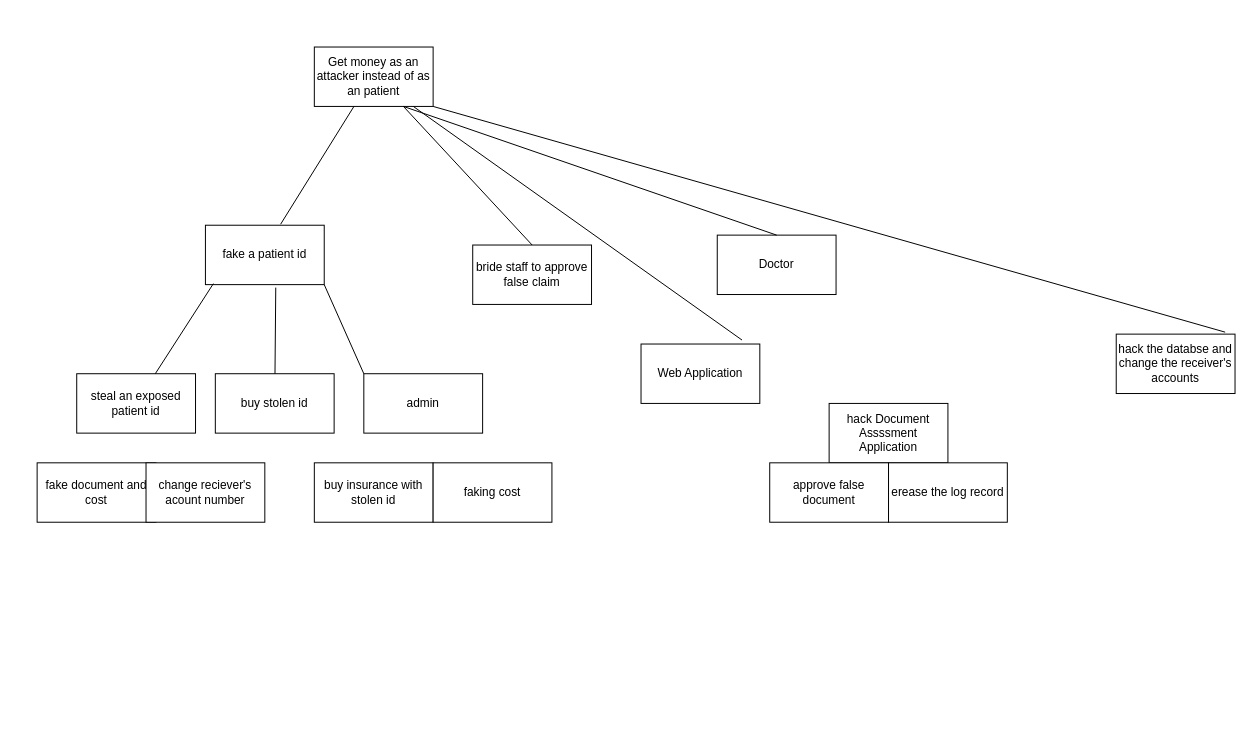
Above: insurance.drawio in kailingP/secure_sw (draw.io), before the change. Source tidied: cells renumbered, new cells numbered last; positions are measured from the earlier drawing's top-left corner, leaving out a move shared by most shapes. Both pictures are drawn from the tidied source at 99%, with x=0, y=0 at pixel (37, 47).
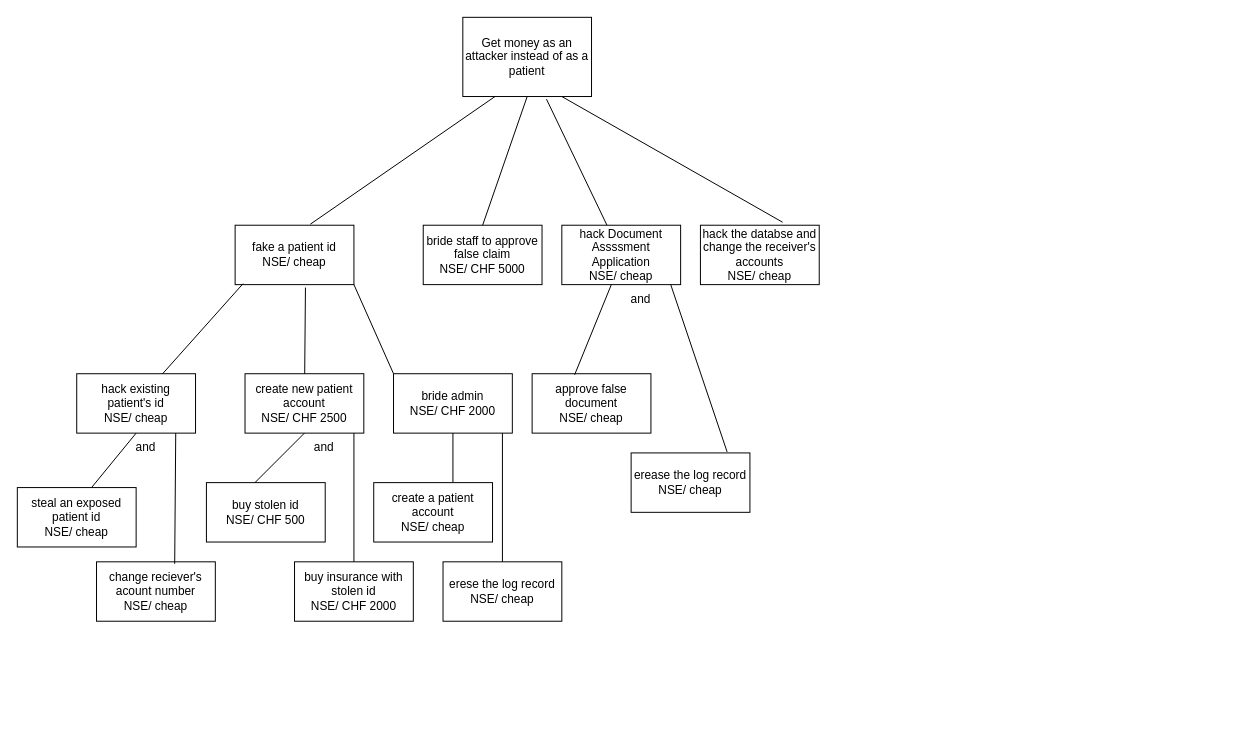
After the change.

Change to the diagram source:
```diff
@@
-    <mxCell id="2" value="Get money as an attacker instead of as an patient" style="rounded=0;whiteSpace=wrap;html=1;" parent="1" vertex="1">
-      <mxGeometry x="280" width="120" height="60" as="geometry" />
+    <mxCell id="2" value="&lt;div&gt;Get money as an attacker instead of as a patient&lt;/div&gt;" style="rounded=0;whiteSpace=wrap;html=1;" parent="1" vertex="1">
+      <mxGeometry x="430" y="-30" width="130" height="80" as="geometry" />
     </mxCell>
-    <mxCell id="3" value="steal an exposed patient id " style="rounded=0;whiteSpace=wrap;html=1;" parent="1" vertex="1">
+    <mxCell id="3" value="&lt;div&gt;hack existing &lt;br&gt;&lt;/div&gt;&lt;div&gt;patient's id &lt;br&gt;&lt;/div&gt;&lt;div&gt;NSE/ cheap&lt;br&gt;&lt;/div&gt;" style="rounded=0;whiteSpace=wrap;html=1;" parent="1" vertex="1">
       <mxGeometry x="40" y="330" width="120" height="60" as="geometry" />
     </mxCell>
-    <mxCell id="4" value="fake document and cost" style="rounded=0;whiteSpace=wrap;html=1;" parent="1" vertex="1">
-      <mxGeometry y="420" width="120" height="60" as="geometry" />
+    <mxCell id="4" value="&lt;div&gt;steal an exposed patient id &lt;br&gt;&lt;/div&gt;&lt;div&gt;NSE/ cheap&lt;br&gt;&lt;/div&gt;" style="rounded=0;whiteSpace=wrap;html=1;" parent="1" vertex="1">
+      <mxGeometry x="-20" y="445" width="120" height="60" as="geometry" />
     </mxCell>
-    <mxCell id="5" value="buy stolen id" style="rounded=0;whiteSpace=wrap;html=1;" parent="1" vertex="1">
-      <mxGeometry x="180" y="330" width="120" height="60" as="geometry" />
+    <mxCell id="5" value="&lt;div&gt;create new patient account&lt;/div&gt;NSE/ CHF 2500" style="rounded=0;whiteSpace=wrap;html=1;" parent="1" vertex="1">
+      <mxGeometry x="210" y="330" width="120" height="60" as="geometry" />
     </mxCell>
-    <mxCell id="6" value="change reciever's acount number" style="rounded=0;whiteSpace=wrap;html=1;" parent="1" vertex="1">
-      <mxGeometry x="110" y="420" width="120" height="60" as="geometry" />
+    <mxCell id="6" value="&lt;div&gt;change reciever's acount number&lt;/div&gt;&lt;div&gt;NSE/ cheap&lt;br&gt;&lt;/div&gt;" style="rounded=0;whiteSpace=wrap;html=1;" parent="1" vertex="1">
+      <mxGeometry x="60" y="520" width="120" height="60" as="geometry" />
     </mxCell>
-    <mxCell id="7" value="buy insurance with stolen id " style="rounded=0;whiteSpace=wrap;html=1;" parent="1" vertex="1">
-      <mxGeometry x="280" y="420" width="120" height="60" as="geometry" />
+    <mxCell id="7" value="&lt;div&gt;buy stolen id&lt;/div&gt;&lt;div&gt;NSE/ CHF 500&lt;/div&gt;" style="rounded=0;whiteSpace=wrap;html=1;" parent="1" vertex="1">
+      <mxGeometry x="171" y="440" width="120" height="60" as="geometry" />
     </mxCell>
-    <mxCell id="8" value="faking cost" style="rounded=0;whiteSpace=wrap;html=1;" parent="1" vertex="1">
-      <mxGeometry x="400" y="420" width="120" height="60" as="geometry" />
+    <mxCell id="8" value="&lt;div&gt;buy insurance with stolen id &lt;br&gt;&lt;/div&gt;&lt;div&gt;NSE/ CHF 2000&lt;br&gt;&lt;/div&gt;" style="rounded=0;whiteSpace=wrap;html=1;" parent="1" vertex="1">
+      <mxGeometry x="260" y="520" width="120" height="60" as="geometry" />
     </mxCell>
-    <mxCell id="9" value="bride staff to approve false claim" style="rounded=0;whiteSpace=wrap;html=1;" parent="1" vertex="1">
-      <mxGeometry x="440" y="200" width="120" height="60" as="geometry" />
+    <mxCell id="9" value="&lt;div&gt;bride staff to approve false claim&lt;/div&gt;&lt;div&gt;NSE/ CHF 5000&lt;br&gt;&lt;/div&gt;" style="rounded=0;whiteSpace=wrap;html=1;" parent="1" vertex="1">
+      <mxGeometry x="390" y="180" width="120" height="60" as="geometry" />
     </mxCell>
-    <mxCell id="10" value="Doctor" style="rounded=0;whiteSpace=wrap;html=1;" parent="1" vertex="1">
-      <mxGeometry x="687" y="190" width="120" height="60" as="geometry" />
-    </mxCell>
-    <mxCell id="11" style="endArrow=none;html=1;rounded=0;entryX=0.5;entryY=0;entryDx=0;entryDy=0;" parent="1" edge="1" target="9">
-      <mxGeometry relative="1" as="geometry">
-        <mxPoint x="370" y="60" as="sourcePoint" />
-      </mxGeometry>
+    <mxCell id="11" style="endArrow=none;html=1;rounded=0;entryX=0.5;entryY=0;entryDx=0;entryDy=0;exitX=0.5;exitY=1;exitDx=0;exitDy=0;" parent="1" edge="1" source="2" target="9">
+      <mxGeometry relative="1" as="geometry" />
     </mxCell>
-    <mxCell id="12" style="endArrow=none;html=1;rounded=0;entryX=0.5;entryY=0;entryDx=0;entryDy=0;" parent="1" edge="1" target="10">
-      <mxGeometry relative="1" as="geometry">
-        <mxPoint x="370" y="60" as="sourcePoint" />
-      </mxGeometry>
-    </mxCell>
-    <mxCell id="13" value="admin" style="rounded=0;whiteSpace=wrap;html=1;" parent="1" vertex="1">
-      <mxGeometry x="330" y="330" width="120" height="60" as="geometry" />
+    <mxCell id="13" value="&lt;div&gt;bride admin&lt;/div&gt;&lt;div&gt;NSE/ CHF 2000&lt;/div&gt;" style="rounded=0;whiteSpace=wrap;html=1;" parent="1" vertex="1">
+      <mxGeometry x="360" y="330" width="120" height="60" as="geometry" />
     </mxCell>
-    <mxCell id="14" value="fake a patient id" style="rounded=0;whiteSpace=wrap;html=1;" parent="1" vertex="1">
-      <mxGeometry x="170" y="180" width="120" height="60" as="geometry" />
+    <mxCell id="14" value="&lt;div&gt;fake a patient id&lt;/div&gt;&lt;div&gt;NSE/ cheap&lt;/div&gt;" style="rounded=0;whiteSpace=wrap;html=1;" parent="1" vertex="1">
+      <mxGeometry x="200" y="180" width="120" height="60" as="geometry" />
     </mxCell>
@@
-    <mxCell id="18" value="Web Application" style="rounded=0;whiteSpace=wrap;html=1;" parent="1" vertex="1">
-      <mxGeometry x="610" y="300" width="120" height="60" as="geometry" />
-    </mxCell>
-    <mxCell id="19" style="endArrow=none;html=1;rounded=0;entryX=0.85;entryY=-0.067;entryDx=0;entryDy=0;entryPerimeter=0;" parent="1" edge="1" target="18">
-      <mxGeometry relative="1" as="geometry">
-        <mxPoint x="380" y="60" as="sourcePoint" />
-      </mxGeometry>
-    </mxCell>
-    <mxCell id="20" value="hack Document Assssment Application" style="rounded=0;whiteSpace=wrap;html=1;" parent="1" vertex="1">
-      <mxGeometry x="800" y="360" width="120" height="60" as="geometry" />
+    <mxCell id="20" value="&lt;div&gt;hack Document Assssment Application&lt;/div&gt;&lt;div&gt;NSE/ cheap&lt;br&gt;&lt;/div&gt;" style="rounded=0;whiteSpace=wrap;html=1;" parent="1" vertex="1">
+      <mxGeometry x="530" y="180" width="120" height="60" as="geometry" />
     </mxCell>
-    <mxCell id="21" value="approve false document" style="rounded=0;whiteSpace=wrap;html=1;" parent="1" vertex="1">
-      <mxGeometry x="740" y="420" width="120" height="60" as="geometry" />
+    <mxCell id="21" value="&lt;div&gt;approve false document&lt;/div&gt;&lt;div&gt;NSE/ cheap&lt;/div&gt;" style="rounded=0;whiteSpace=wrap;html=1;" parent="1" vertex="1">
+      <mxGeometry x="500" y="330" width="120" height="60" as="geometry" />
     </mxCell>
-    <mxCell id="22" value="erease the log record" style="rounded=0;whiteSpace=wrap;html=1;" parent="1" vertex="1">
-      <mxGeometry x="860" y="420" width="120" height="60" as="geometry" />
+    <mxCell id="22" value="&lt;div&gt;erease the log record&lt;br&gt;&lt;/div&gt;&lt;div&gt;NSE/ cheap&lt;/div&gt;" style="rounded=0;whiteSpace=wrap;html=1;" parent="1" vertex="1">
+      <mxGeometry x="600" y="410" width="120" height="60" as="geometry" />
     </mxCell>
-    <mxCell id="23" value="hack the databse and change the receiver's accounts" style="rounded=0;whiteSpace=wrap;html=1;" parent="1" vertex="1">
-      <mxGeometry x="1090" y="290" width="120" height="60" as="geometry" />
+    <mxCell id="23" value="&lt;div&gt;hack the databse and change the receiver's accounts&lt;/div&gt;&lt;div&gt;NSE/ cheap&lt;/div&gt;" style="rounded=0;whiteSpace=wrap;html=1;" parent="1" vertex="1">
+      <mxGeometry x="670" y="180" width="120" height="60" as="geometry" />
     </mxCell>
-    <mxCell id="24" style="endArrow=none;html=1;rounded=0;exitX=0.633;exitY=-0.017;exitDx=0;exitDy=0;exitPerimeter=0;" parent="1" edge="1" source="14">
-      <mxGeometry relative="1" as="geometry">
-        <mxPoint x="320" y="60" as="targetPoint" />
-      </mxGeometry>
+    <mxCell id="24" style="endArrow=none;html=1;rounded=0;exitX=0.633;exitY=-0.017;exitDx=0;exitDy=0;exitPerimeter=0;entryX=0.25;entryY=1;entryDx=0;entryDy=0;" parent="1" edge="1" source="14" target="2">
+      <mxGeometry relative="1" as="geometry" />
     </mxCell>
-    <mxCell id="25" style="endArrow=none;html=1;rounded=0;entryX=0.917;entryY=-0.033;entryDx=0;entryDy=0;entryPerimeter=0;" parent="1" edge="1" target="23">
+    <mxCell id="25" style="endArrow=none;html=1;rounded=0;entryX=0.692;entryY=-0.05;entryDx=0;entryDy=0;entryPerimeter=0;" parent="1" edge="1" target="23">
       <mxGeometry relative="1" as="geometry">
-        <mxPoint x="400" y="60" as="sourcePoint" />
+        <mxPoint x="530" y="50" as="sourcePoint" />
       </mxGeometry>
     </mxCell>
+    <mxCell id="26" style="endArrow=none;html=1;rounded=0;exitX=0.625;exitY=0;exitDx=0;exitDy=0;exitPerimeter=0;" parent="1" edge="1" source="4">
+      <mxGeometry relative="1" as="geometry">
+        <mxPoint x="100" y="390" as="targetPoint" />
+      </mxGeometry>
+    </mxCell>
+    <mxCell id="27" style="endArrow=none;html=1;rounded=0;exitX=0.658;exitY=0.033;exitDx=0;exitDy=0;exitPerimeter=0;" parent="1" edge="1" source="6">
+      <mxGeometry relative="1" as="geometry">
+        <mxPoint x="140" y="390" as="targetPoint" />
+      </mxGeometry>
+    </mxCell>
+    <mxCell id="28" style="endArrow=none;html=1;rounded=0;" parent="1" edge="1">
+      <mxGeometry relative="1" as="geometry">
+        <mxPoint x="220" y="440" as="sourcePoint" />
+        <mxPoint x="270" y="390" as="targetPoint" />
+      </mxGeometry>
+    </mxCell>
+    <mxCell id="29" style="endArrow=none;html=1;rounded=0;exitX=0.5;exitY=0;exitDx=0;exitDy=0;" parent="1" edge="1" source="8">
+      <mxGeometry relative="1" as="geometry">
+        <mxPoint x="320" y="390" as="targetPoint" />
+      </mxGeometry>
+    </mxCell>
+    <mxCell id="30" style="endArrow=none;html=1;rounded=0;entryX=0.65;entryY=1.033;entryDx=0;entryDy=0;entryPerimeter=0;" parent="1" edge="1" source="20" target="2">
+      <mxGeometry relative="1" as="geometry" />
+    </mxCell>
+    <mxCell id="31" style="endArrow=none;html=1;rounded=0;exitX=0.358;exitY=0.017;exitDx=0;exitDy=0;exitPerimeter=0;" parent="1" edge="1" source="21">
+      <mxGeometry relative="1" as="geometry">
+        <mxPoint x="580" y="240" as="targetPoint" />
+      </mxGeometry>
+    </mxCell>
+    <mxCell id="32" style="endArrow=none;html=1;rounded=0;exitX=0.808;exitY=-0.017;exitDx=0;exitDy=0;exitPerimeter=0;" parent="1" edge="1" source="22">
+      <mxGeometry relative="1" as="geometry">
+        <mxPoint x="640" y="240" as="targetPoint" />
+      </mxGeometry>
+    </mxCell>
+    <mxCell id="33" value="and" style="text;html=1;strokeColor=none;fillColor=none;align=center;verticalAlign=middle;whiteSpace=wrap;rounded=0;" parent="1" vertex="1">
+      <mxGeometry x="580" y="240" width="60" height="30" as="geometry" />
+    </mxCell>
+    <mxCell id="34" value="and" style="text;html=1;strokeColor=none;fillColor=none;align=center;verticalAlign=middle;whiteSpace=wrap;rounded=0;" parent="1" vertex="1">
+      <mxGeometry x="80" y="390" width="60" height="30" as="geometry" />
+    </mxCell>
+    <mxCell id="35" value="and" style="text;html=1;strokeColor=none;fillColor=none;align=center;verticalAlign=middle;whiteSpace=wrap;rounded=0;" parent="1" vertex="1">
+      <mxGeometry x="260" y="390" width="60" height="30" as="geometry" />
+    </mxCell>
+    <mxCell id="36" style="endArrow=none;html=1;rounded=0;" parent="1" edge="1">
+      <mxGeometry relative="1" as="geometry">
+        <mxPoint x="420" y="440" as="sourcePoint" />
+        <mxPoint x="420" y="390" as="targetPoint" />
+      </mxGeometry>
+    </mxCell>
+    <mxCell id="37" value="&lt;div&gt;create a patient account&lt;/div&gt;&lt;div&gt;NSE/ cheap&lt;br&gt;&lt;/div&gt;" style="rounded=0;whiteSpace=wrap;html=1;" parent="1" vertex="1">
+      <mxGeometry x="340" y="440" width="120" height="60" as="geometry" />
+    </mxCell>
+    <mxCell id="38" value="&lt;div&gt;erese the log record&lt;/div&gt;&lt;div&gt;NSE/ cheap&lt;br&gt;&lt;/div&gt;" style="rounded=0;whiteSpace=wrap;html=1;" parent="1" vertex="1">
+      <mxGeometry x="410" y="520" width="120" height="60" as="geometry" />
+    </mxCell>
+    <mxCell id="39" style="endArrow=none;html=1;rounded=0;" parent="1" edge="1" source="38">
+      <mxGeometry relative="1" as="geometry">
+        <mxPoint x="470" y="390" as="targetPoint" />
+      </mxGeometry>
+    </mxCell>
+    <mxCell id="40" value="&lt;span id=&quot;page14R_mcid39&quot; class=&quot;markedContent&quot;&gt;&lt;/span&gt;" style="text;html=1;strokeColor=none;fillColor=none;align=center;verticalAlign=middle;whiteSpace=wrap;rounded=0;" parent="1" vertex="1">
+      <mxGeometry x="-20" y="650" width="680" height="30" as="geometry" />
+    </mxCell>
```
